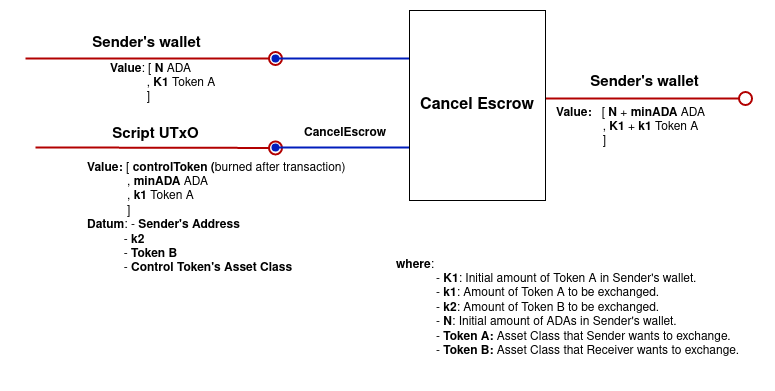
mrpejker/cardano-e2e-example keeps this draw.io diagram as tutorial/img/cancelEscrow.png. Above is the earlier version. Source tidied: cells renumbered, new cells last; positions are measured from the earlier drawing's top-left corner, leaving out a move shared by most shapes. Its diagram source:
```xml
<mxGraphModel>
  <root>
    <mxCell id="0" />
    <mxCell id="1" parent="0" />
    <mxCell id="2" value="&lt;div&gt;&lt;b&gt;Value:&amp;nbsp;&lt;/b&gt;[ &lt;b&gt;controlToken (&lt;/b&gt;burned after transaction)&lt;br&gt;&lt;/div&gt;&lt;div&gt;&lt;b&gt;&lt;span style=&quot;&quot;&gt;&#9;&lt;/span&gt;&amp;nbsp;&amp;nbsp;&amp;nbsp;&lt;span style=&quot;white-space: pre;&quot;&gt;&#9;&lt;/span&gt;&amp;nbsp; &amp;nbsp; &lt;/b&gt;,&lt;b&gt; minADA&lt;/b&gt;&lt;b&gt;&amp;nbsp;&lt;/b&gt;ADA&lt;/div&gt;&amp;nbsp; &amp;nbsp; &amp;nbsp; &amp;nbsp; &amp;nbsp; &amp;nbsp; , &lt;b&gt;k1&lt;/b&gt; Token A&lt;br&gt;&amp;nbsp; &amp;nbsp; &amp;nbsp; &amp;nbsp; &amp;nbsp; &amp;nbsp; ]&lt;br&gt;&lt;b&gt;Datum&lt;/b&gt;: - &lt;b&gt;Sender's Address&lt;/b&gt;&lt;br&gt;&#9;&amp;nbsp; &amp;nbsp; &amp;nbsp;&lt;span style=&quot;&quot;&gt;&#9;&lt;/span&gt;&amp;nbsp; &amp;nbsp; &amp;nbsp;- &lt;b&gt;k2&lt;/b&gt;&lt;br&gt;&lt;div&gt;&lt;span style=&quot;background-color: initial;&quot;&gt;&lt;span style=&quot;&quot;&gt;&#9;&amp;nbsp;&lt;/span&gt;&amp;nbsp; &amp;nbsp; &amp;nbsp; &amp;nbsp; &amp;nbsp; - &lt;b&gt;Token B&lt;/b&gt;&lt;/span&gt;&lt;span style=&quot;background-color: initial;&quot;&gt;&lt;br&gt;&lt;/span&gt;&lt;/div&gt;&lt;div&gt;&lt;span style=&quot;background-color: initial;&quot;&gt;&lt;span style=&quot;&quot;&gt;&#9;&lt;/span&gt;&amp;nbsp;&amp;nbsp;&amp;nbsp;&amp;nbsp; &lt;span style=&quot;white-space: pre;&quot;&gt;&#9;&lt;/span&gt;&amp;nbsp;&amp;nbsp; - &lt;b&gt;Control Token's &lt;/b&gt;&lt;/span&gt;&lt;span style=&quot;background-color: initial;&quot;&gt;&lt;b&gt;&lt;span style=&quot;background-color: initial;&quot;&gt;&lt;b&gt;Asset Class&amp;nbsp; &lt;/b&gt;&lt;/span&gt;&lt;/b&gt; &lt;/span&gt;&lt;/div&gt;" style="text;html=1;strokeColor=none;fillColor=none;align=left;verticalAlign=middle;whiteSpace=wrap;rounded=0;" parent="1" vertex="1">
      <mxGeometry x="60" y="146" width="280" height="124" as="geometry" />
    </mxCell>
    <mxCell id="3" style="endArrow=oval;html=1;rounded=0;strokeWidth=2;fillColor=#e51400;strokeColor=#B20000;startArrow=none;startFill=0;endFill=0;endSize=13;" parent="1" edge="1">
      <mxGeometry relative="1" as="geometry">
        <mxPoint x="10" y="136.9" as="sourcePoint" />
        <mxPoint x="250" y="137.4" as="targetPoint" />
      </mxGeometry>
    </mxCell>
    <mxCell id="4" style="endArrow=oval;html=1;rounded=0;fillColor=#0050ef;strokeColor=#001DBC;shadow=0;strokeWidth=2;startArrow=none;startFill=0;endFill=1;endSize=6;exitX=0;exitY=0.75;exitDx=0;exitDy=0;" parent="1" edge="1">
      <mxGeometry relative="1" as="geometry">
        <mxPoint x="384" y="137" as="sourcePoint" />
        <mxPoint x="250" y="137" as="targetPoint" />
      </mxGeometry>
    </mxCell>
    <mxCell id="5" value="&lt;b&gt;Value:&amp;nbsp; &amp;nbsp;&lt;/b&gt;[&lt;b&gt; &lt;/b&gt;&lt;b&gt;N &lt;/b&gt;+&lt;b&gt; minADA&lt;/b&gt;&lt;b&gt; &lt;/b&gt;ADA&lt;br&gt;&lt;span style=&quot;&quot;&gt;&#9;&lt;/span&gt;&lt;span style=&quot;&quot;&gt;&#9;&lt;/span&gt;&lt;span style=&quot;white-space: pre;&quot;&gt;&#9;&lt;/span&gt;&amp;nbsp; &amp;nbsp; &amp;nbsp; , &lt;b&gt;K1&lt;/b&gt; + &lt;b&gt;k1&lt;/b&gt; Token A&lt;br&gt;&amp;nbsp; &amp;nbsp; &amp;nbsp; &amp;nbsp; &amp;nbsp; &amp;nbsp; &amp;nbsp; ]" style="text;html=1;strokeColor=none;fillColor=none;align=left;verticalAlign=middle;whiteSpace=wrap;rounded=0;" parent="1" vertex="1">
      <mxGeometry x="529" y="94" width="190" height="45" as="geometry" />
    </mxCell>
    <mxCell id="6" style="endArrow=oval;html=1;rounded=0;strokeWidth=2;fillColor=#e51400;strokeColor=#B20000;startArrow=none;startFill=0;endFill=0;endSize=13;exitX=1;exitY=0.5;exitDx=0;exitDy=0;" parent="1" edge="1">
      <mxGeometry relative="1" as="geometry">
        <mxPoint x="520" y="88" as="sourcePoint" />
        <mxPoint x="720" y="88" as="targetPoint" />
      </mxGeometry>
    </mxCell>
    <mxCell id="7" style="endArrow=oval;html=1;rounded=0;strokeWidth=2;fillColor=#e51400;strokeColor=#B20000;startArrow=none;startFill=0;endFill=0;endSize=13;" parent="1" edge="1">
      <mxGeometry relative="1" as="geometry">
        <mxPoint y="48" as="sourcePoint" />
        <mxPoint x="250" y="48" as="targetPoint" />
      </mxGeometry>
    </mxCell>
    <mxCell id="8" style="endArrow=oval;html=1;rounded=0;fillColor=#0050ef;strokeColor=#001DBC;shadow=0;strokeWidth=2;startArrow=none;startFill=0;endFill=1;endSize=6;exitX=0;exitY=0.25;exitDx=0;exitDy=0;" parent="1" edge="1">
      <mxGeometry relative="1" as="geometry">
        <mxPoint x="384" y="48" as="sourcePoint" />
        <mxPoint x="250" y="48" as="targetPoint" />
      </mxGeometry>
    </mxCell>
    <mxCell id="9" value="&lt;b&gt;&lt;font style=&quot;font-size: 16px;&quot;&gt;Cancel Escrow&lt;br&gt;&lt;/font&gt;&lt;/b&gt;" style="rounded=0;whiteSpace=wrap;html=1;" parent="1" vertex="1">
      <mxGeometry x="384" width="136" height="190" as="geometry" />
    </mxCell>
    <mxCell id="10" value="&lt;div style=&quot;&quot;&gt;&lt;b&gt;Value&lt;/b&gt;: [ &lt;b&gt;N&lt;/b&gt; ADA&lt;br&gt;&amp;nbsp; &amp;nbsp; &amp;nbsp; &amp;nbsp; &amp;nbsp; &amp;nbsp;, &lt;b&gt;K1&lt;/b&gt; Token A&lt;br&gt;&lt;/div&gt;&lt;div style=&quot;&quot;&gt;&amp;nbsp; &amp;nbsp; &amp;nbsp; &amp;nbsp; &amp;nbsp; &amp;nbsp;]&lt;/div&gt;" style="text;html=1;align=left;verticalAlign=middle;strokeColor=none;fillColor=none;" parent="1" vertex="1">
      <mxGeometry x="83" y="43" width="130" height="60" as="geometry" />
    </mxCell>
    <mxCell id="11" value="&lt;font style=&quot;font-size: 15px;&quot;&gt;&lt;b&gt;Script UTxO&lt;/b&gt;&lt;/font&gt;" style="text;html=1;align=center;verticalAlign=middle;strokeColor=none;fillColor=none;" parent="1" vertex="1">
      <mxGeometry x="75" y="109" width="110" height="30" as="geometry" />
    </mxCell>
    <mxCell id="12" value="&lt;font style=&quot;font-size: 15px;&quot;&gt;&lt;b style=&quot;font-size: 12px;&quot;&gt;&lt;font style=&quot;font-size: 15px;&quot;&gt;Sender's wallet&lt;/font&gt;&lt;/b&gt;&lt;b&gt;&lt;br&gt;&lt;/b&gt;&lt;/font&gt;" style="text;html=1;align=center;verticalAlign=middle;strokeColor=none;fillColor=none;" parent="1" vertex="1">
      <mxGeometry x="554" y="57" width="130" height="30" as="geometry" />
    </mxCell>
    <mxCell id="13" value="&lt;b&gt;CancelEscrow&lt;/b&gt;" style="text;html=1;strokeColor=none;fillColor=none;align=center;verticalAlign=middle;whiteSpace=wrap;rounded=0;" parent="1" vertex="1">
      <mxGeometry x="290" y="108" width="60" height="30" as="geometry" />
    </mxCell>
    <mxCell id="14" value="&lt;font style=&quot;font-size: 15px;&quot;&gt;&lt;b style=&quot;font-size: 12px;&quot;&gt;&lt;font style=&quot;font-size: 15px;&quot;&gt;Sender's wallet&lt;/font&gt;&lt;/b&gt;&lt;b&gt;&lt;br&gt;&lt;/b&gt;&lt;/font&gt;" style="text;html=1;align=center;verticalAlign=middle;strokeColor=none;fillColor=none;" parent="1" vertex="1">
      <mxGeometry x="56" y="18" width="130" height="30" as="geometry" />
    </mxCell>
    <mxCell id="15" value="&lt;div style=&quot;&quot;&gt;&lt;b&gt;where&lt;/b&gt;:&lt;/div&gt;&lt;blockquote style=&quot;margin: 0 0 0 40px; border: none; padding: 0px;&quot;&gt;&lt;div style=&quot;&quot;&gt;- &lt;b&gt;K1&lt;/b&gt;: Initial amount of Token A in Sender's wallet.&lt;/div&gt;&lt;div style=&quot;&quot;&gt;&lt;div style=&quot;&quot;&gt;- &lt;b&gt;k1&lt;/b&gt;: Amount of Token A to be exchanged.&lt;/div&gt;&lt;div style=&quot;&quot;&gt;- &lt;b&gt;k2&lt;/b&gt;: Amount of Token B to be exchanged.&lt;/div&gt;&lt;div style=&quot;&quot;&gt;- &lt;b&gt;N&lt;/b&gt;: Initial amount of ADAs in Sender's wallet.&lt;/div&gt;&lt;/div&gt;&lt;div style=&quot;&quot;&gt;- &lt;b&gt;Token A:&lt;/b&gt; Asset Class that Sender wants to exchange.&lt;/div&gt;&lt;div style=&quot;&quot;&gt;- &lt;b&gt;Token B: &lt;/b&gt;Asset Class that Receiver wants to exchange.&lt;br&gt;&lt;/div&gt;&lt;br&gt;&lt;/blockquote&gt;" style="text;html=1;align=left;verticalAlign=middle;strokeColor=none;fillColor=none;" parent="1" vertex="1">
      <mxGeometry x="369" y="240" width="370" height="130" as="geometry" />
    </mxCell>
  </root>
</mxGraphModel>
```
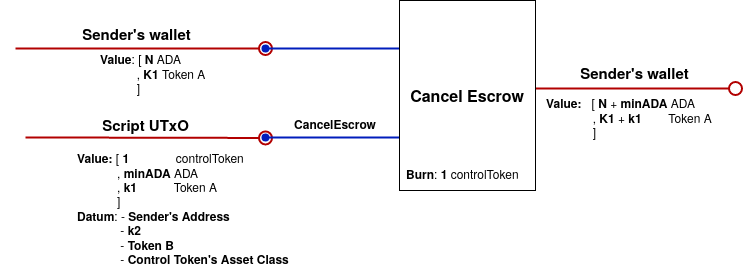
After the change.

What changed in the source:
```diff
@@ -2,7 +2,7 @@
   <root>
     <mxCell id="0" />
     <mxCell id="1" parent="0" />
-    <mxCell id="2" value="&lt;div&gt;&lt;b&gt;Value:&amp;nbsp;&lt;/b&gt;[ &lt;b&gt;controlToken (&lt;/b&gt;burned after transaction)&lt;br&gt;&lt;/div&gt;&lt;div&gt;&lt;b&gt;&lt;span style=&quot;&quot;&gt;&#9;&lt;/span&gt;&amp;nbsp;&amp;nbsp;&amp;nbsp;&lt;span style=&quot;white-space: pre;&quot;&gt;&#9;&lt;/span&gt;&amp;nbsp; &amp;nbsp; &lt;/b&gt;,&lt;b&gt; minADA&lt;/b&gt;&lt;b&gt;&amp;nbsp;&lt;/b&gt;ADA&lt;/div&gt;&amp;nbsp; &amp;nbsp; &amp;nbsp; &amp;nbsp; &amp;nbsp; &amp;nbsp; , &lt;b&gt;k1&lt;/b&gt; Token A&lt;br&gt;&amp;nbsp; &amp;nbsp; &amp;nbsp; &amp;nbsp; &amp;nbsp; &amp;nbsp; ]&lt;br&gt;&lt;b&gt;Datum&lt;/b&gt;: - &lt;b&gt;Sender's Address&lt;/b&gt;&lt;br&gt;&#9;&amp;nbsp; &amp;nbsp; &amp;nbsp;&lt;span style=&quot;&quot;&gt;&#9;&lt;/span&gt;&amp;nbsp; &amp;nbsp; &amp;nbsp;- &lt;b&gt;k2&lt;/b&gt;&lt;br&gt;&lt;div&gt;&lt;span style=&quot;background-color: initial;&quot;&gt;&lt;span style=&quot;&quot;&gt;&#9;&amp;nbsp;&lt;/span&gt;&amp;nbsp; &amp;nbsp; &amp;nbsp; &amp;nbsp; &amp;nbsp; - &lt;b&gt;Token B&lt;/b&gt;&lt;/span&gt;&lt;span style=&quot;background-color: initial;&quot;&gt;&lt;br&gt;&lt;/span&gt;&lt;/div&gt;&lt;div&gt;&lt;span style=&quot;background-color: initial;&quot;&gt;&lt;span style=&quot;&quot;&gt;&#9;&lt;/span&gt;&amp;nbsp;&amp;nbsp;&amp;nbsp;&amp;nbsp; &lt;span style=&quot;white-space: pre;&quot;&gt;&#9;&lt;/span&gt;&amp;nbsp;&amp;nbsp; - &lt;b&gt;Control Token's &lt;/b&gt;&lt;/span&gt;&lt;span style=&quot;background-color: initial;&quot;&gt;&lt;b&gt;&lt;span style=&quot;background-color: initial;&quot;&gt;&lt;b&gt;Asset Class&amp;nbsp; &lt;/b&gt;&lt;/span&gt;&lt;/b&gt; &lt;/span&gt;&lt;/div&gt;" style="text;html=1;strokeColor=none;fillColor=none;align=left;verticalAlign=middle;whiteSpace=wrap;rounded=0;" parent="1" vertex="1">
+    <mxCell id="2" value="&lt;div&gt;&lt;b&gt;Value:&amp;nbsp;&lt;/b&gt;[ &lt;b&gt;1&amp;nbsp;&amp;nbsp;&amp;nbsp;&amp;nbsp;&amp;nbsp;&amp;nbsp;&amp;nbsp;&amp;nbsp;&amp;nbsp;&amp;nbsp;&amp;nbsp;&amp;nbsp;&amp;nbsp; &lt;/b&gt;controlToken&lt;br&gt;&lt;/div&gt;&lt;div&gt;&lt;b&gt;&lt;span style=&quot;&quot;&gt;&#9;&lt;/span&gt;&amp;nbsp;&amp;nbsp;&amp;nbsp;&lt;span style=&quot;white-space: pre;&quot;&gt;&#9;&lt;/span&gt;&amp;nbsp; &amp;nbsp; &lt;/b&gt;,&lt;b&gt; minADA&lt;/b&gt;&lt;b&gt;&amp;nbsp;&lt;/b&gt;ADA&lt;/div&gt;&amp;nbsp; &amp;nbsp; &amp;nbsp; &amp;nbsp; &amp;nbsp; &amp;nbsp; , &lt;b&gt;k1&lt;/b&gt;&amp;nbsp;&amp;nbsp;&amp;nbsp;&amp;nbsp;&amp;nbsp;&amp;nbsp;&amp;nbsp;&amp;nbsp;&amp;nbsp;&amp;nbsp; Token A&lt;br&gt;&amp;nbsp; &amp;nbsp; &amp;nbsp; &amp;nbsp; &amp;nbsp; &amp;nbsp; ]&lt;br&gt;&lt;b&gt;Datum&lt;/b&gt;: - &lt;b&gt;Sender's Address&lt;/b&gt;&lt;br&gt;&#9;&amp;nbsp; &amp;nbsp; &amp;nbsp;&lt;span style=&quot;&quot;&gt;&#9;&lt;/span&gt;&amp;nbsp; &amp;nbsp; &amp;nbsp;&amp;nbsp; - &lt;b&gt;k2&lt;/b&gt;&lt;br&gt;&lt;div&gt;&lt;span style=&quot;background-color: initial;&quot;&gt;&lt;span style=&quot;&quot;&gt;&#9;&amp;nbsp;&lt;/span&gt;&amp;nbsp; &amp;nbsp; &amp;nbsp; &amp;nbsp; &amp;nbsp;&amp;nbsp;&amp;nbsp; - &lt;b&gt;Token B&lt;/b&gt;&lt;/span&gt;&lt;span style=&quot;background-color: initial;&quot;&gt;&lt;br&gt;&lt;/span&gt;&lt;/div&gt;&lt;div&gt;&lt;span style=&quot;background-color: initial;&quot;&gt;&lt;span style=&quot;&quot;&gt;&#9;&lt;/span&gt;&amp;nbsp;&amp;nbsp;&amp;nbsp;&amp;nbsp; &lt;span style=&quot;white-space: pre;&quot;&gt;&#9;&lt;/span&gt;&amp;nbsp;&amp;nbsp;&amp;nbsp;&amp;nbsp; - &lt;b&gt;Control Token's &lt;/b&gt;&lt;/span&gt;&lt;span style=&quot;background-color: initial;&quot;&gt;&lt;b&gt;&lt;span style=&quot;background-color: initial;&quot;&gt;&lt;b&gt;Asset Class&amp;nbsp; &lt;/b&gt;&lt;/span&gt;&lt;/b&gt; &lt;/span&gt;&lt;/div&gt;" style="text;html=1;strokeColor=none;fillColor=none;align=left;verticalAlign=middle;whiteSpace=wrap;rounded=0;" parent="1" vertex="1">
       <mxGeometry x="60" y="146" width="280" height="124" as="geometry" />
     </mxCell>
     <mxCell id="3" style="endArrow=oval;html=1;rounded=0;strokeWidth=2;fillColor=#e51400;strokeColor=#B20000;startArrow=none;startFill=0;endFill=0;endSize=13;" parent="1" edge="1">
@@ -17,7 +17,7 @@
         <mxPoint x="250" y="137" as="targetPoint" />
       </mxGeometry>
     </mxCell>
-    <mxCell id="5" value="&lt;b&gt;Value:&amp;nbsp; &amp;nbsp;&lt;/b&gt;[&lt;b&gt; &lt;/b&gt;&lt;b&gt;N &lt;/b&gt;+&lt;b&gt; minADA&lt;/b&gt;&lt;b&gt; &lt;/b&gt;ADA&lt;br&gt;&lt;span style=&quot;&quot;&gt;&#9;&lt;/span&gt;&lt;span style=&quot;&quot;&gt;&#9;&lt;/span&gt;&lt;span style=&quot;white-space: pre;&quot;&gt;&#9;&lt;/span&gt;&amp;nbsp; &amp;nbsp; &amp;nbsp; , &lt;b&gt;K1&lt;/b&gt; + &lt;b&gt;k1&lt;/b&gt; Token A&lt;br&gt;&amp;nbsp; &amp;nbsp; &amp;nbsp; &amp;nbsp; &amp;nbsp; &amp;nbsp; &amp;nbsp; ]" style="text;html=1;strokeColor=none;fillColor=none;align=left;verticalAlign=middle;whiteSpace=wrap;rounded=0;" parent="1" vertex="1">
+    <mxCell id="5" value="&lt;b&gt;Value:&amp;nbsp; &amp;nbsp;&lt;/b&gt;[&lt;b&gt; &lt;/b&gt;&lt;b&gt;N &lt;/b&gt;+&lt;b&gt; minADA&lt;/b&gt;&lt;b&gt; &lt;/b&gt;ADA&lt;br&gt;&lt;span style=&quot;&quot;&gt;&#9;&lt;/span&gt;&lt;span style=&quot;&quot;&gt;&#9;&lt;/span&gt;&lt;span style=&quot;white-space: pre;&quot;&gt;&#9;&lt;/span&gt;&amp;nbsp; &amp;nbsp; &amp;nbsp; , &lt;b&gt;K1&lt;/b&gt; + &lt;b&gt;k1&lt;/b&gt;&amp;nbsp;&amp;nbsp;&amp;nbsp;&amp;nbsp;&amp;nbsp;&amp;nbsp;&amp;nbsp; Token A&lt;br&gt;&amp;nbsp; &amp;nbsp; &amp;nbsp; &amp;nbsp; &amp;nbsp; &amp;nbsp; &amp;nbsp; ]" style="text;html=1;strokeColor=none;fillColor=none;align=left;verticalAlign=middle;whiteSpace=wrap;rounded=0;" parent="1" vertex="1">
       <mxGeometry x="529" y="94" width="190" height="45" as="geometry" />
     </mxCell>
     <mxCell id="6" style="endArrow=oval;html=1;rounded=0;strokeWidth=2;fillColor=#e51400;strokeColor=#B20000;startArrow=none;startFill=0;endFill=0;endSize=13;exitX=1;exitY=0.5;exitDx=0;exitDy=0;" parent="1" edge="1">
@@ -56,8 +56,8 @@
     <mxCell id="14" value="&lt;font style=&quot;font-size: 15px;&quot;&gt;&lt;b style=&quot;font-size: 12px;&quot;&gt;&lt;font style=&quot;font-size: 15px;&quot;&gt;Sender's wallet&lt;/font&gt;&lt;/b&gt;&lt;b&gt;&lt;br&gt;&lt;/b&gt;&lt;/font&gt;" style="text;html=1;align=center;verticalAlign=middle;strokeColor=none;fillColor=none;" parent="1" vertex="1">
       <mxGeometry x="56" y="18" width="130" height="30" as="geometry" />
     </mxCell>
-    <mxCell id="15" value="&lt;div style=&quot;&quot;&gt;&lt;b&gt;where&lt;/b&gt;:&lt;/div&gt;&lt;blockquote style=&quot;margin: 0 0 0 40px; border: none; padding: 0px;&quot;&gt;&lt;div style=&quot;&quot;&gt;- &lt;b&gt;K1&lt;/b&gt;: Initial amount of Token A in Sender's wallet.&lt;/div&gt;&lt;div style=&quot;&quot;&gt;&lt;div style=&quot;&quot;&gt;- &lt;b&gt;k1&lt;/b&gt;: Amount of Token A to be exchanged.&lt;/div&gt;&lt;div style=&quot;&quot;&gt;- &lt;b&gt;k2&lt;/b&gt;: Amount of Token B to be exchanged.&lt;/div&gt;&lt;div style=&quot;&quot;&gt;- &lt;b&gt;N&lt;/b&gt;: Initial amount of ADAs in Sender's wallet.&lt;/div&gt;&lt;/div&gt;&lt;div style=&quot;&quot;&gt;- &lt;b&gt;Token A:&lt;/b&gt; Asset Class that Sender wants to exchange.&lt;/div&gt;&lt;div style=&quot;&quot;&gt;- &lt;b&gt;Token B: &lt;/b&gt;Asset Class that Receiver wants to exchange.&lt;br&gt;&lt;/div&gt;&lt;br&gt;&lt;/blockquote&gt;" style="text;html=1;align=left;verticalAlign=middle;strokeColor=none;fillColor=none;" parent="1" vertex="1">
-      <mxGeometry x="369" y="240" width="370" height="130" as="geometry" />
-    </mxCell>
+    <mxCell id="16" value="&lt;div style=&quot;caret-color: rgb(0, 0, 0); color: rgb(0, 0, 0); font-family: Helvetica; font-size: 12px; font-style: normal; font-variant-caps: normal; letter-spacing: normal; text-align: left; text-indent: 0px; text-transform: none; word-spacing: 0px; -webkit-text-stroke-width: 0px; text-decoration: none;&quot;&gt;&lt;span style=&quot;font-weight: 400;&quot;&gt;&lt;b&gt;Burn&lt;/b&gt;: &lt;b&gt;1&lt;/b&gt; controlToken&lt;br&gt;&lt;/span&gt;&lt;/div&gt;" style="text;whiteSpace=wrap;html=1;fontSize=12;" parent="1" vertex="1">
+      <mxGeometry x="389" y="160" width="140" height="30" as="geometry" />
+    </mxCell>
   </root>
 </mxGraphModel>
```
